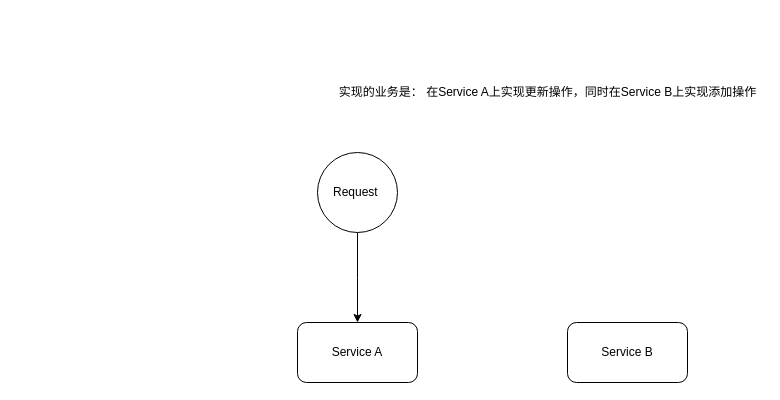
Earlier version of the draw.io diagram 分布式事务.drawio (LiuRuiXiang/dro). Source tidied: cells renumbered, new cells numbered last; positions are measured from the earlier drawing's top-left corner, leaving out a move shared by most shapes. Both pictures are drawn from the tidied source at 100%, with x=0, y=0 at pixel (297, 82).
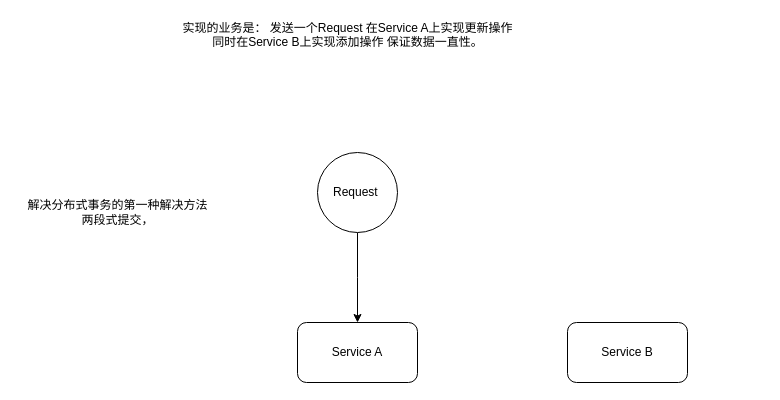
After the change.

Commit message:
更新分布式事务.drawio

Diff of the diagram source:
```diff
@@
 <mxGraphModel>
   <root>
     <mxCell id="0" />
     <mxCell id="1" parent="0" />
     <mxCell id="2" style="edgeStyle=orthogonalEdgeStyle;rounded=0;jettySize=auto;html=1;" parent="1" edge="1" source="3">
       <mxGeometry relative="1" as="geometry">
         <mxPoint x="60" y="240" as="targetPoint" />
       </mxGeometry>
     </mxCell>
     <mxCell id="3" value="Request&amp;nbsp;" style="ellipse;whiteSpace=wrap;html=1;" parent="1" vertex="1">
       <mxGeometry x="20" y="70" width="80" height="80" as="geometry" />
     </mxCell>
     <mxCell id="4" value="Service B" style="rounded=1;whiteSpace=wrap;html=1;" parent="1" vertex="1">
       <mxGeometry x="270" y="240" width="120" height="60" as="geometry" />
     </mxCell>
     <mxCell id="5" value="Service A" style="rounded=1;whiteSpace=wrap;html=1;" parent="1" vertex="1">
       <mxGeometry y="240" width="120" height="60" as="geometry" />
     </mxCell>
-    <mxCell id="6" value="实现的业务是： 在Service A上实现更新操作，同时在Service B上实现添加操作" style="text;html=1;align=center;verticalAlign=middle;strokeColor=none;fillColor=none;" parent="1" vertex="1">
-      <mxGeometry x="35" width="430" height="20" as="geometry" />
+    <mxCell id="6" value="实现的业务是： 发送一个Request 在Service A上实现更新操作&lt;br&gt;同时在Service B上实现添加操作 保证数据一直性。&lt;br&gt;&lt;br&gt;" style="text;html=1;align=center;verticalAlign=middle;strokeColor=none;fillColor=none;" parent="1" vertex="1">
+      <mxGeometry x="-125" y="-65" width="350" height="50" as="geometry" />
     </mxCell>
+    <mxCell id="7" value="解决分布式事务的第一种解决方法&lt;br&gt;两段式提交，" style="text;html=1;align=center;verticalAlign=middle;strokeColor=none;fillColor=none;" parent="1" vertex="1">
+      <mxGeometry x="-280" y="115" width="200" height="30" as="geometry" />
+    </mxCell>
   </root>
 </mxGraphModel>
```
